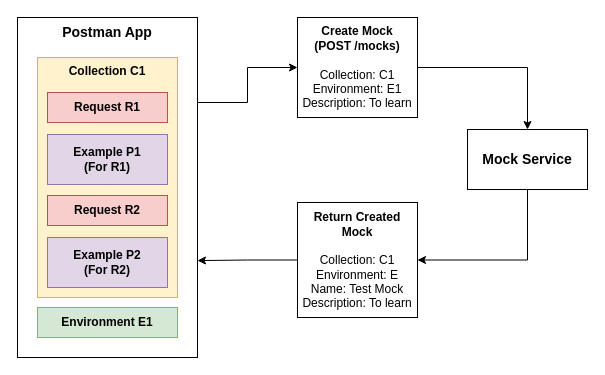
Above: static/mock/create-mock.drawio in postmanlabs/labs-docs (draw.io), before the change. Source tidied: cells renumbered, new cells numbered last; positions are measured from the earlier drawing's top-left corner, leaving out a move shared by most shapes. Both pictures are drawn from the tidied source at 100%, with x=0, y=0 at pixel (17, 17).
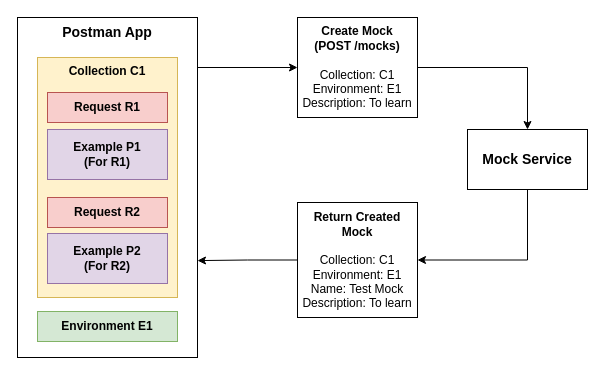
After the change.

Change to the diagram source:
```diff
@@
 <mxGraphModel>
   <root>
     <mxCell id="0" />
     <mxCell id="1" parent="0" />
     <mxCell id="2" style="edgeStyle=orthogonalEdgeStyle;rounded=0;jettySize=auto;html=1;exitX=1;exitY=0.25;exitDx=0;exitDy=0;entryX=0;entryY=0.5;entryDx=0;entryDy=0;" parent="1" edge="1" source="3" target="11">
-      <mxGeometry relative="1" as="geometry" />
+      <mxGeometry relative="1" as="geometry">
+        <Array as="points">
+          <mxPoint x="180" y="50" />
+        </Array>
+      </mxGeometry>
     </mxCell>
     <mxCell id="3" value="&lt;b&gt;&lt;font style=&quot;font-size: 14px&quot;&gt;Postman App&lt;/font&gt;&lt;/b&gt;" style="rounded=0;whiteSpace=wrap;html=1;verticalAlign=top;" parent="1" vertex="1">
       <mxGeometry width="180" height="340" as="geometry" />
     </mxCell>
     <mxCell id="4" value="&lt;b&gt;Environment E1&lt;/b&gt;" style="rounded=0;whiteSpace=wrap;html=1;verticalAlign=middle;labelBackgroundColor=none;fillColor=#d5e8d4;strokeColor=#82b366;glass=0;" parent="1" vertex="1">
-      <mxGeometry x="20" y="290" width="140" height="30" as="geometry" />
+      <mxGeometry x="20" y="294" width="140" height="30" as="geometry" />
     </mxCell>
     <mxCell id="5" value="&lt;b&gt;Collection C1&lt;/b&gt;" style="rounded=0;whiteSpace=wrap;html=1;verticalAlign=top;fillColor=#fff2cc;strokeColor=#d6b656;" parent="1" vertex="1">
       <mxGeometry x="20" y="40" width="140" height="240" as="geometry" />
     </mxCell>
     <mxCell id="6" value="&lt;b&gt;Request R1&lt;/b&gt;" style="rounded=0;whiteSpace=wrap;html=1;verticalAlign=middle;fillColor=#f8cecc;strokeColor=#b85450;" parent="1" vertex="1">
       <mxGeometry x="30" y="75" width="120" height="30" as="geometry" />
     </mxCell>
     <mxCell id="7" value="&lt;b&gt;Request R2&lt;/b&gt;" style="rounded=0;whiteSpace=wrap;html=1;verticalAlign=middle;fillColor=#f8cecc;strokeColor=#b85450;" parent="1" vertex="1">
-      <mxGeometry x="30" y="178" width="120" height="30" as="geometry" />
+      <mxGeometry x="30" y="180" width="120" height="30" as="geometry" />
     </mxCell>
     <mxCell id="8" value="&lt;b&gt;Example P1&lt;br&gt;(For R1)&lt;/b&gt;" style="rounded=0;whiteSpace=wrap;html=1;verticalAlign=middle;fillColor=#e1d5e7;strokeColor=#9673a6;" parent="1" vertex="1">
-      <mxGeometry x="30" y="117" width="120" height="50" as="geometry" />
+      <mxGeometry x="30" y="112" width="120" height="50" as="geometry" />
     </mxCell>
     <mxCell id="9" value="&lt;b&gt;Example P2&lt;br&gt;(For R2)&lt;/b&gt;" style="rounded=0;whiteSpace=wrap;html=1;verticalAlign=middle;fillColor=#e1d5e7;strokeColor=#9673a6;" parent="1" vertex="1">
-      <mxGeometry x="30" y="220" width="120" height="50" as="geometry" />
+      <mxGeometry x="30" y="216" width="120" height="50" as="geometry" />
     </mxCell>
     <mxCell id="10" style="edgeStyle=orthogonalEdgeStyle;rounded=0;jettySize=auto;html=1;exitX=1;exitY=0.5;exitDx=0;exitDy=0;entryX=0.5;entryY=0;entryDx=0;entryDy=0;" parent="1" edge="1" source="11" target="15">
       <mxGeometry relative="1" as="geometry" />
     </mxCell>
     <mxCell id="11" value="&lt;b&gt;Create Mock&lt;br&gt;(POST /mocks)&lt;/b&gt;&lt;br&gt;&lt;br&gt;Collection: C1&lt;br&gt;Environment: E1&lt;br&gt;Description: To learn" style="rounded=0;whiteSpace=wrap;html=1;glass=0;labelBackgroundColor=none;gradientColor=none;verticalAlign=middle;" parent="1" vertex="1">
       <mxGeometry x="280" width="120" height="100" as="geometry" />
     </mxCell>
     <mxCell id="12" style="edgeStyle=orthogonalEdgeStyle;rounded=0;jettySize=auto;html=1;exitX=0;exitY=0.5;exitDx=0;exitDy=0;entryX=1;entryY=0.715;entryDx=0;entryDy=0;entryPerimeter=0;" parent="1" edge="1" source="13" target="3">
       <mxGeometry relative="1" as="geometry" />
     </mxCell>
-    <mxCell id="13" value="&lt;b&gt;Return Created Mock&lt;br&gt;&lt;/b&gt;&lt;br&gt;Collection: C1&lt;br&gt;Environment: E&lt;br&gt;Name: Test Mock&lt;br&gt;Description: To learn" style="rounded=0;whiteSpace=wrap;html=1;glass=0;labelBackgroundColor=none;gradientColor=none;verticalAlign=middle;" parent="1" vertex="1">
+    <mxCell id="13" value="&lt;b&gt;Return Created Mock&lt;br&gt;&lt;/b&gt;&lt;br&gt;Collection: C1&lt;br&gt;Environment: E1&lt;br&gt;Name: Test Mock&lt;br&gt;Description: To learn" style="rounded=0;whiteSpace=wrap;html=1;glass=0;labelBackgroundColor=none;gradientColor=none;verticalAlign=middle;" parent="1" vertex="1">
       <mxGeometry x="280" y="185" width="120" height="115" as="geometry" />
     </mxCell>
     <mxCell id="14" style="edgeStyle=orthogonalEdgeStyle;rounded=0;jettySize=auto;html=1;exitX=0.5;exitY=1;exitDx=0;exitDy=0;entryX=1;entryY=0.5;entryDx=0;entryDy=0;" parent="1" edge="1" source="15" target="13">
       <mxGeometry relative="1" as="geometry" />
     </mxCell>
     <mxCell id="15" value="&lt;font style=&quot;font-size: 14px&quot;&gt;&lt;b&gt;Mock Service&lt;/b&gt;&lt;/font&gt;" style="rounded=0;whiteSpace=wrap;html=1;glass=0;labelBackgroundColor=none;gradientColor=none;verticalAlign=middle;" parent="1" vertex="1">
       <mxGeometry x="450" y="112" width="120" height="60" as="geometry" />
     </mxCell>
   </root>
 </mxGraphModel>
```
